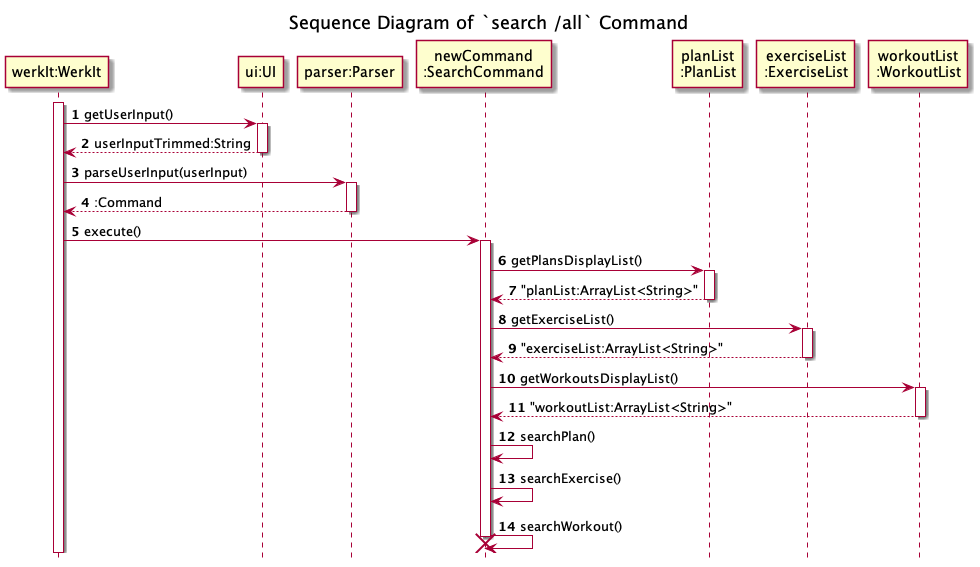
nus-cs2113-AY2122S2/tp keeps this PlantUML diagram as docs/uml/sequenceDiagrams/search/images/searchAll.png. Above is the earlier version.
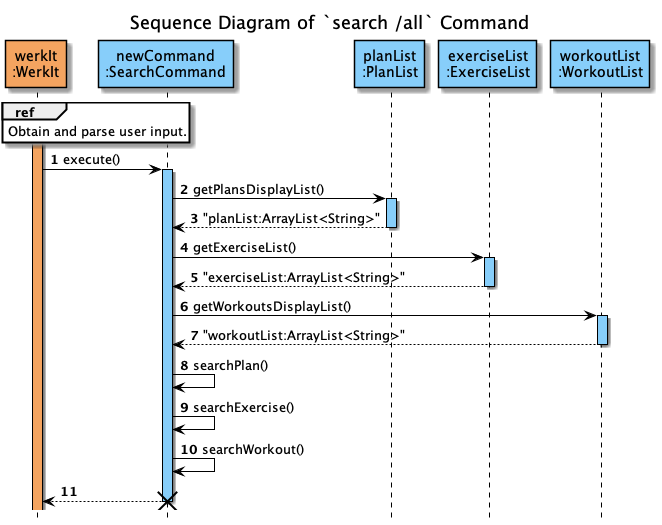
Above is the later version.

Diff of the diagram source:
```diff
@@ -6,41 +6,35 @@
 title Sequence Diagram of `search /all` Command
 
 
-participant "werkIt:WerkIt" AS WerkIt
-participant "ui:UI" AS UI1
-participant "parser:Parser" AS Parser
-participant "newCommand\n:SearchCommand" AS newCommand
-participant "planList\n:PlanList" AS PlanList
-participant "exerciseList\n:ExerciseList" AS ExerciseList
-participant "workoutList\n:WorkoutList" AS WorkoutList
+participant "werkIt\n:WerkIt" AS WerkIt  #Sandybrown
 
-activate WerkIt
-WerkIt -> UI1 : getUserInput()
-activate UI1
-WerkIt <-- UI1 : userInputTrimmed:String
-deactivate UI1
+ref over WerkIt
+Obtain and parse user input.
+end
 
-WerkIt -> Parser : parseUserInput(userInput)
-activate Parser
-WerkIt <-- Parser : :Command
-deactivate Parser
+participant "newCommand\n:SearchCommand" AS newCommand #LightSkyBlue
+participant "planList\n:PlanList" AS PlanList #LightSkyBlue
+participant "exerciseList\n:ExerciseList" AS ExerciseList #LightSkyBlue
+participant "workoutList\n:WorkoutList" AS WorkoutList #LightSkyBlue
+
+activate WerkIt  #Sandybrown
 
 WerkIt -> newCommand : execute()
-activate newCommand
+activate newCommand #LightSkyBlue
 newCommand -> PlanList : getPlansDisplayList()
-activate PlanList
+activate PlanList #LightSkyBlue
 
 newCommand <-- PlanList : "planList:ArrayList<String>"
 deactivate PlanList
 
 newCommand -> ExerciseList : getExerciseList()
-activate ExerciseList
+activate ExerciseList #LightSkyBlue
 
 newCommand <-- ExerciseList : "exerciseList:ArrayList<String>"
 deactivate ExerciseList
 
 newCommand -> WorkoutList : getWorkoutsDisplayList()
-activate WorkoutList
+activate WorkoutList #LightSkyBlue
 
 newCommand <-- WorkoutList : "workoutList:ArrayList<String>"
 deactivate WorkoutList
@@ -48,7 +42,7 @@
 newCommand -> newCommand : searchPlan()
 newCommand -> newCommand : searchExercise()
 newCommand -> newCommand : searchWorkout()
-
+newCommand --> WerkIt
 deactivate newCommand
 
 destroy newCommand
```
